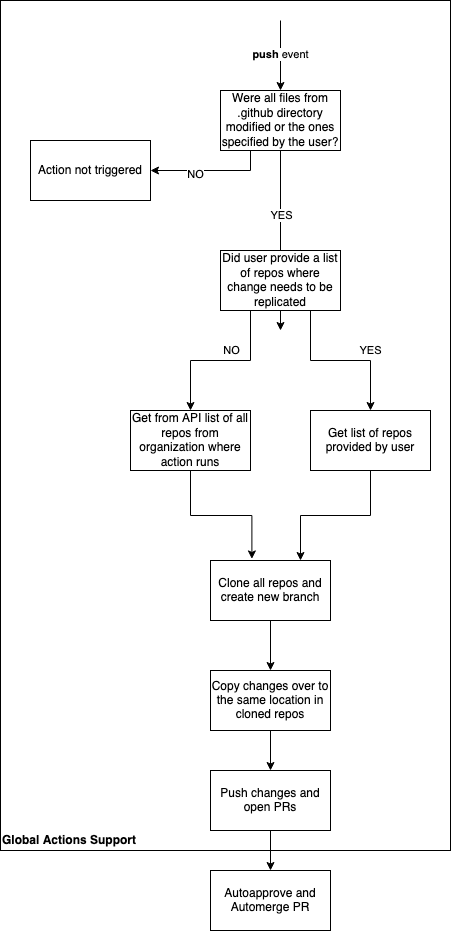
This is diagram.png from derberg/manage-files-in-multiple-repositories, a draw.io export, as it was before one commit. Source tidied: cells renumbered, new cells last; positions are measured from the earlier drawing's top-left corner, leaving out a move shared by most shapes.
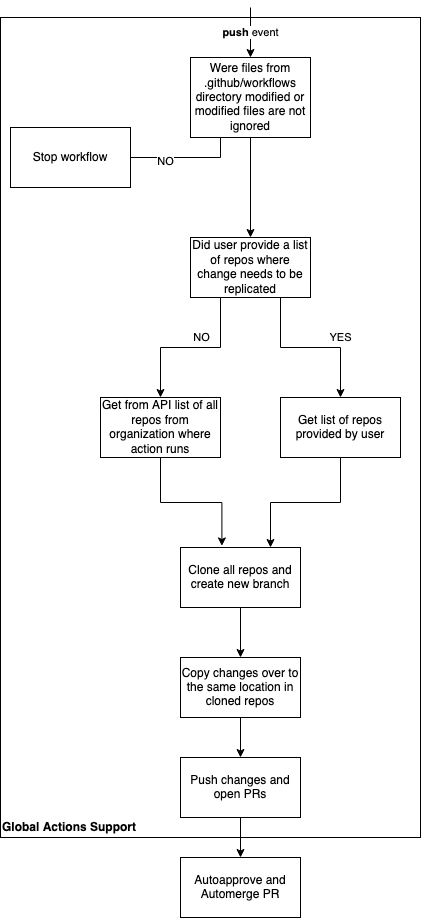
Later version of the same file.

Commit message:
docs: update action flow diagram

The edit, as a diff of the source:
```diff
@@ -21,21 +21,14 @@
     <mxCell id="5" value="NO" style="edgeLabel;html=1;align=center;verticalAlign=middle;" parent="4" vertex="1">
       <mxGeometry x="0.27" y="3" relative="1" as="geometry" />
     </mxCell>
-    <mxCell id="6" style="edgeStyle=orthogonalEdgeStyle;rounded=0;jettySize=auto;html=1;exitX=0.5;exitY=1;exitDx=0;exitDy=0;entryX=0.5;entryY=0;entryDx=0;entryDy=0;" parent="1" edge="1" source="8">
-      <mxGeometry relative="1" as="geometry">
-        <mxPoint x="280" y="330" as="targetPoint" />
-      </mxGeometry>
-    </mxCell>
-    <mxCell id="7" value="YES" style="edgeLabel;html=1;align=center;verticalAlign=middle;" parent="6" vertex="1">
-      <mxGeometry x="-0.56" y="-2" relative="1" as="geometry">
-        <mxPoint x="2" y="24.7" as="offset" />
-      </mxGeometry>
-    </mxCell>
+    <mxCell id="27" style="edgeStyle=orthogonalEdgeStyle;rounded=0;jettySize=auto;html=1;entryX=0.5;entryY=0;entryDx=0;entryDy=0;" parent="1" edge="1" source="8" target="14">
+      <mxGeometry relative="1" as="geometry" />
+    </mxCell>
-    <mxCell id="8" value="Were all files from .github directory modified or the ones specified by the user?" style="rounded=0;whiteSpace=wrap;html=1;" parent="1" vertex="1">
-      <mxGeometry x="220" y="90" width="120" height="60" as="geometry" />
+    <mxCell id="8" value="Were files from .github/workflows directory modified or modified files are not ignored" style="rounded=0;whiteSpace=wrap;html=1;" parent="1" vertex="1">
+      <mxGeometry x="220" y="70" width="120" height="80" as="geometry" />
     </mxCell>
-    <mxCell id="9" value="Action not triggered" style="rounded=0;whiteSpace=wrap;html=1;" parent="1" vertex="1">
-      <mxGeometry x="30" y="140" width="120" height="60" as="geometry" />
+    <mxCell id="9" value="Stop workflow" style="rounded=0;whiteSpace=wrap;html=1;" parent="1" vertex="1">
+      <mxGeometry x="40" y="140" width="120" height="60" as="geometry" />
     </mxCell>
     <mxCell id="10" style="edgeStyle=orthogonalEdgeStyle;rounded=0;jettySize=auto;html=1;exitX=0.25;exitY=1;exitDx=0;exitDy=0;entryX=0.5;entryY=0;entryDx=0;entryDy=0;" parent="1" edge="1" source="14" target="16">
       <mxGeometry relative="1" as="geometry" />
@@ -89,7 +82,7 @@
       <mxGeometry x="210" y="770" width="120" height="60" as="geometry" />
     </mxCell>
     <mxCell id="25" value="&lt;div align=&quot;left&quot;&gt;&lt;b&gt;Global Actions Support&lt;/b&gt;&lt;br&gt;&lt;/div&gt;" style="rounded=0;whiteSpace=wrap;html=1;fillColor=none;align=left;verticalAlign=bottom;" parent="1" vertex="1">
-      <mxGeometry width="450" height="850" as="geometry" />
+      <mxGeometry x="30" y="30" width="420" height="820" as="geometry" />
     </mxCell>
     <mxCell id="26" value="Autoapprove and Automerge PR" style="rounded=0;whiteSpace=wrap;html=1;fillColor=none;" parent="1" vertex="1">
       <mxGeometry x="210" y="870" width="120" height="60" as="geometry" />
```
